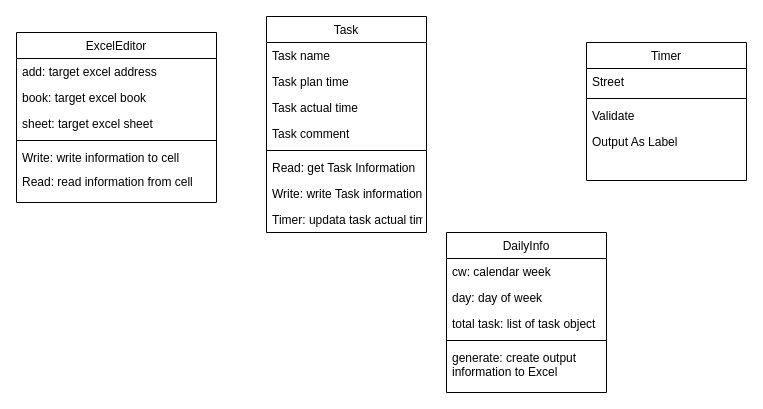
The draw.io diagram ClassDiagram.drawio in Ye-Qiwei/WorkPackageManager, before the edit. Source tidied: cells renumbered, new cells numbered last; positions are measured from the earlier drawing's top-left corner, leaving out a move shared by most shapes. Both pictures are drawn from the tidied source at 100%, with x=0, y=0 at pixel (16, 16).
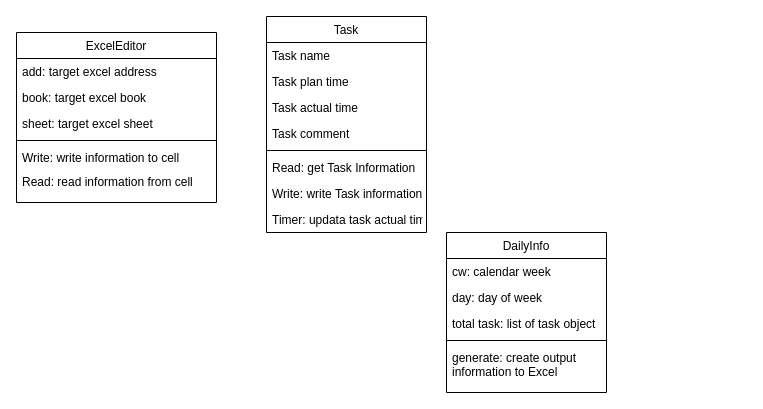
Above is the later version.

Change to the diagram source:
```diff
@@
-    <mxCell id="18" value="Timer" style="swimlane;fontStyle=0;align=center;verticalAlign=top;horizontal=1;startSize=26;rounded=0;shadow=0;strokeWidth=1;" parent="1" vertex="1">
-      <mxGeometry x="570" y="26" width="160" height="138" as="geometry" />
-    </mxCell>
-    <mxCell id="19" value="Street" style="text;align=left;verticalAlign=top;spacingLeft=4;spacingRight=4;overflow=hidden;" parent="18" vertex="1">
-      <mxGeometry y="26" width="160" height="26" as="geometry" />
-    </mxCell>
-    <mxCell id="20" style="line;html=1;strokeWidth=1;align=left;verticalAlign=middle;spacingTop=-1;spacingLeft=3;spacingRight=3;labelPosition=right;" parent="18" vertex="1">
-      <mxGeometry y="52" width="160" height="8" as="geometry" />
-    </mxCell>
-    <mxCell id="21" value="Validate" style="text;align=left;verticalAlign=top;spacingLeft=4;spacingRight=4;overflow=hidden;" parent="18" vertex="1">
-      <mxGeometry y="60" width="160" height="26" as="geometry" />
-    </mxCell>
-    <mxCell id="22" value="Output As Label" style="text;align=left;verticalAlign=top;spacingLeft=4;spacingRight=4;overflow=hidden;" parent="18" vertex="1">
-      <mxGeometry y="86" width="160" height="26" as="geometry" />
-    </mxCell>
```
